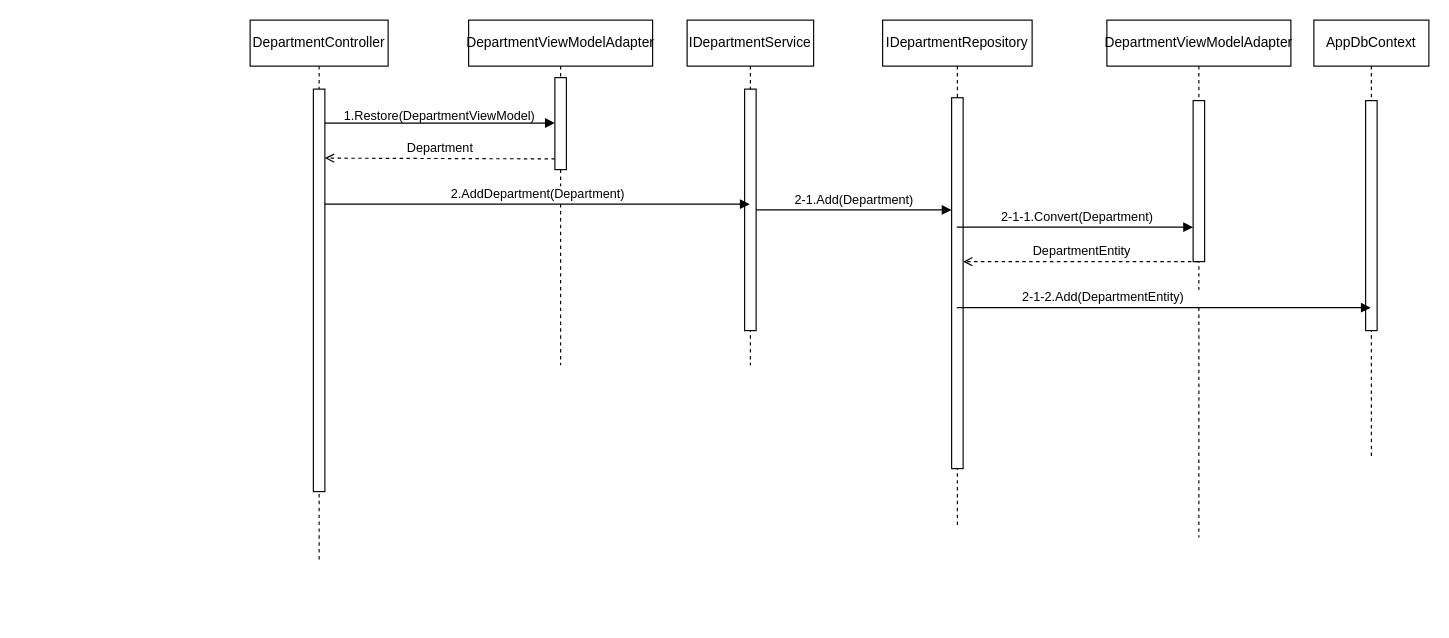
Above: page "部署登録" (2 of 8) of docs/02_design/シーケンス図.drawio in STHub65536/csharp_training_202605 (draw.io), before the change. Source tidied: cells renumbered, new cells numbered last; positions are measured from the earlier drawing's top-left corner, leaving out a move shared by most shapes. Both pictures are drawn from the tidied source at 115%, with x=0, y=0 at pixel (250, 20).
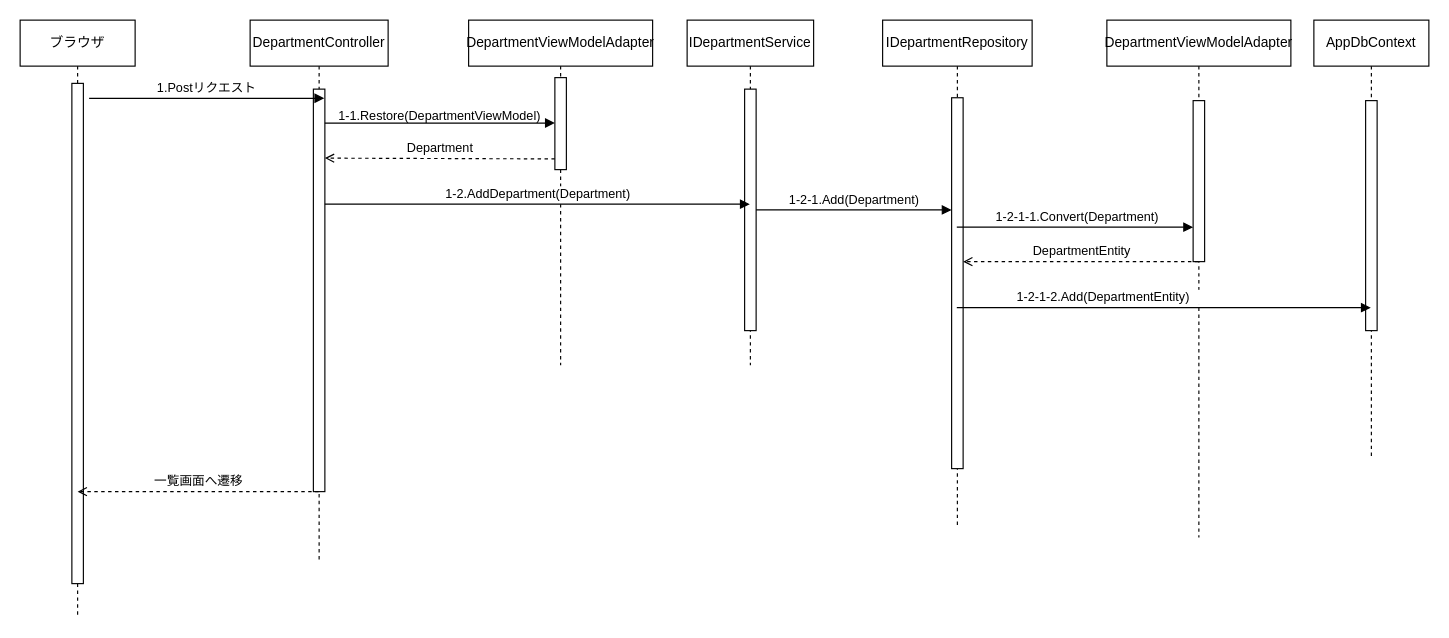
After the change.

The change refers to these unchanged cells:
```xml
<mxCell id="5" style="html=1;points=[[0,0,0,0,5],[0,1,0,0,-5],[1,0,0,0,5],[1,1,0,0,-5]];perimeter=orthogonalPerimeter;outlineConnect=0;targetShapes=umlLifeline;portConstraint=eastwest;newEdgeStyle={&quot;curved&quot;:0,&quot;rounded&quot;:0};" parent="4" vertex="1">
  <mxGeometry x="50" y="60" width="10" height="210" as="geometry" />
</mxCell>
<mxCell id="7" style="html=1;points=[[0,0,0,0,5],[0,1,0,0,-5],[1,0,0,0,5],[1,1,0,0,-5]];perimeter=orthogonalPerimeter;outlineConnect=0;targetShapes=umlLifeline;portConstraint=eastwest;newEdgeStyle={&quot;curved&quot;:0,&quot;rounded&quot;:0};" parent="6" vertex="1">
  <mxGeometry x="60" y="67.5" width="10" height="322.5" as="geometry" />
</mxCell>
<mxCell id="20" style="html=1;points=[[0,0,0,0,5],[0,1,0,0,-5],[1,0,0,0,5],[1,1,0,0,-5]];perimeter=orthogonalPerimeter;outlineConnect=0;targetShapes=umlLifeline;portConstraint=eastwest;newEdgeStyle={&quot;curved&quot;:0,&quot;rounded&quot;:0};" parent="19" vertex="1">
  <mxGeometry x="75" y="70" width="10" height="140" as="geometry" />
</mxCell>
```

What changed in the source:
```diff
@@
-    <mxCell id="11" value="2-1.Add(Department)" style="html=1;verticalAlign=bottom;endArrow=block;curved=0;rounded=0;" parent="1" edge="1" source="5" target="7">
+    <mxCell id="11" value="1-2-1.Add(Department)" style="html=1;verticalAlign=bottom;endArrow=block;curved=0;rounded=0;" parent="1" edge="1" source="5" target="7">
       <mxGeometry relative="1" as="geometry" />
     </mxCell>
-    <mxCell id="12" value="2-1-1.Convert(Department)" style="html=1;verticalAlign=bottom;endArrow=block;curved=0;rounded=0;" parent="1" edge="1" target="20">
+    <mxCell id="12" value="1-2-1-1.Convert(Department)" style="html=1;verticalAlign=bottom;endArrow=block;curved=0;rounded=0;" parent="1" edge="1" target="20">
       <mxGeometry x="0.01" relative="1" as="geometry">
         <mxPoint x="614.5" y="180" as="sourcePoint" />
         <Array as="points">
           <mxPoint x="635" y="180" />
         </Array>
       </mxGeometry>
     </mxCell>
@@
-    <mxCell id="17" value="&lt;span style=&quot;font-size: 11px; white-space: nowrap; background-color: rgb(255, 255, 255);&quot;&gt;1.Restore(DepartmentViewModel)&lt;/span&gt;" style="text;html=1;whiteSpace=wrap;strokeColor=none;fillColor=none;align=center;verticalAlign=middle;rounded=0;" parent="1" vertex="1">
+    <mxCell id="17" value="&lt;span style=&quot;font-size: 11px; white-space: nowrap; background-color: rgb(255, 255, 255);&quot;&gt;1-1.Restore(DepartmentViewModel)&lt;/span&gt;" style="text;html=1;whiteSpace=wrap;strokeColor=none;fillColor=none;align=center;verticalAlign=middle;rounded=0;" parent="1" vertex="1">
       <mxGeometry x="135" y="68" width="60" height="30" as="geometry" />
     </mxCell>
-    <mxCell id="18" value="2.AddDepartment(Department)" style="html=1;verticalAlign=bottom;endArrow=block;curved=0;rounded=0;" parent="1" edge="1">
+    <mxCell id="18" value="1-2.AddDepartment(Department)" style="html=1;verticalAlign=bottom;endArrow=block;curved=0;rounded=0;" parent="1" edge="1">
       <mxGeometry relative="1" as="geometry">
         <mxPoint x="65" y="160" as="sourcePoint" />
         <mxPoint x="434.5" y="160" as="targetPoint" />
       </mxGeometry>
     </mxCell>
@@
-    <mxCell id="23" value="2-1-2.Add(DepartmentEntity)&amp;nbsp; &amp;nbsp; &amp;nbsp; &amp;nbsp; &amp;nbsp; &amp;nbsp; &amp;nbsp; &amp;nbsp; &amp;nbsp; &amp;nbsp; &amp;nbsp; &amp;nbsp; &amp;nbsp; &amp;nbsp; &amp;nbsp; &amp;nbsp; &amp;nbsp; &amp;nbsp;" style="html=1;verticalAlign=bottom;endArrow=block;curved=0;rounded=0;" parent="1" edge="1">
+    <mxCell id="23" value="1-2-1-2.Add(DepartmentEntity)&amp;nbsp; &amp;nbsp; &amp;nbsp; &amp;nbsp; &amp;nbsp; &amp;nbsp; &amp;nbsp; &amp;nbsp; &amp;nbsp; &amp;nbsp; &amp;nbsp; &amp;nbsp; &amp;nbsp; &amp;nbsp; &amp;nbsp; &amp;nbsp; &amp;nbsp; &amp;nbsp;" style="html=1;verticalAlign=bottom;endArrow=block;curved=0;rounded=0;" parent="1" edge="1">
       <mxGeometry relative="1" as="geometry">
         <mxPoint x="614.5" y="250" as="sourcePoint" />
         <mxPoint x="974.5" y="250" as="targetPoint" />
       </mxGeometry>
     </mxCell>
+    <mxCell id="24" value="ブラウザ" style="shape=umlLifeline;perimeter=lifelinePerimeter;whiteSpace=wrap;html=1;newEdgeStyle={&quot;curved&quot;:0,&quot;rounded&quot;:0};" parent="1" vertex="1">
+      <mxGeometry x="-200" width="100" height="520" as="geometry" />
+    </mxCell>
+    <mxCell id="25" style="html=1;perimeter=orthogonalPerimeter;targetShapes=umlLifeline;newEdgeStyle={&quot;curved&quot;:0,&quot;rounded&quot;:0};" parent="24" vertex="1">
+      <mxGeometry x="45" y="55" width="10" height="435" as="geometry" />
+    </mxCell>
+    <mxCell id="26" value="1.Postリクエスト" style="html=1;verticalAlign=bottom;endArrow=block;curved=0;rounded=0;" parent="1" edge="1">
+      <mxGeometry relative="1" as="geometry">
+        <mxPoint x="-140" y="68" as="sourcePoint" />
+        <mxPoint x="64.5" y="68" as="targetPoint" />
+      </mxGeometry>
+    </mxCell>
+    <mxCell id="27" value="一覧画面へ遷移" style="html=1;verticalAlign=bottom;endArrow=open;curved=0;rounded=0;dashed=1;endFill=0;" parent="1" edge="1">
+      <mxGeometry relative="1" as="geometry">
+        <mxPoint x="59.5" y="410" as="sourcePoint" />
+        <mxPoint x="-150" y="410" as="targetPoint" />
+      </mxGeometry>
+    </mxCell>
```
